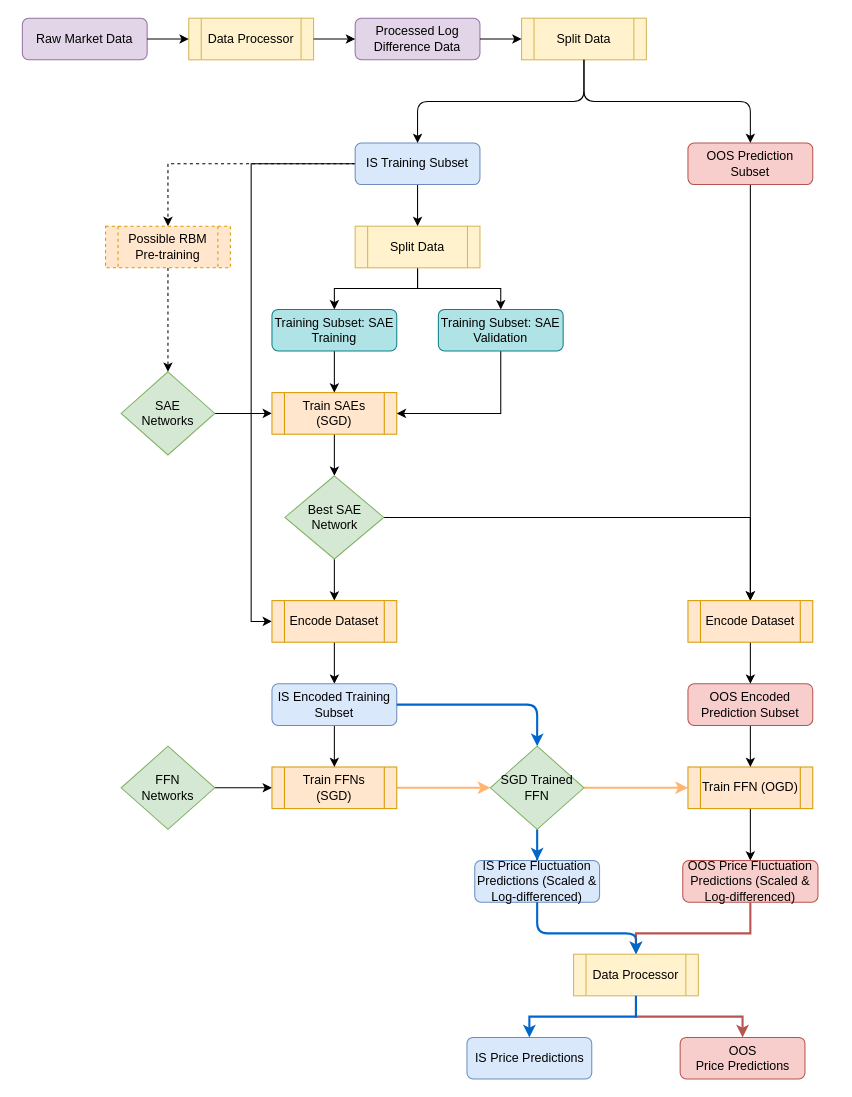
joel11/Masters keeps this draw.io diagram as Thesis/Images/process_implementation/Process Diagram.drawio. Above is the earlier version. Source tidied: cells renumbered, new cells numbered last; positions are measured from the earlier drawing's top-left corner, leaving out a move shared by most shapes. Both pictures are drawn from the tidied source at 104%, with x=0, y=0 at pixel (22, 18).
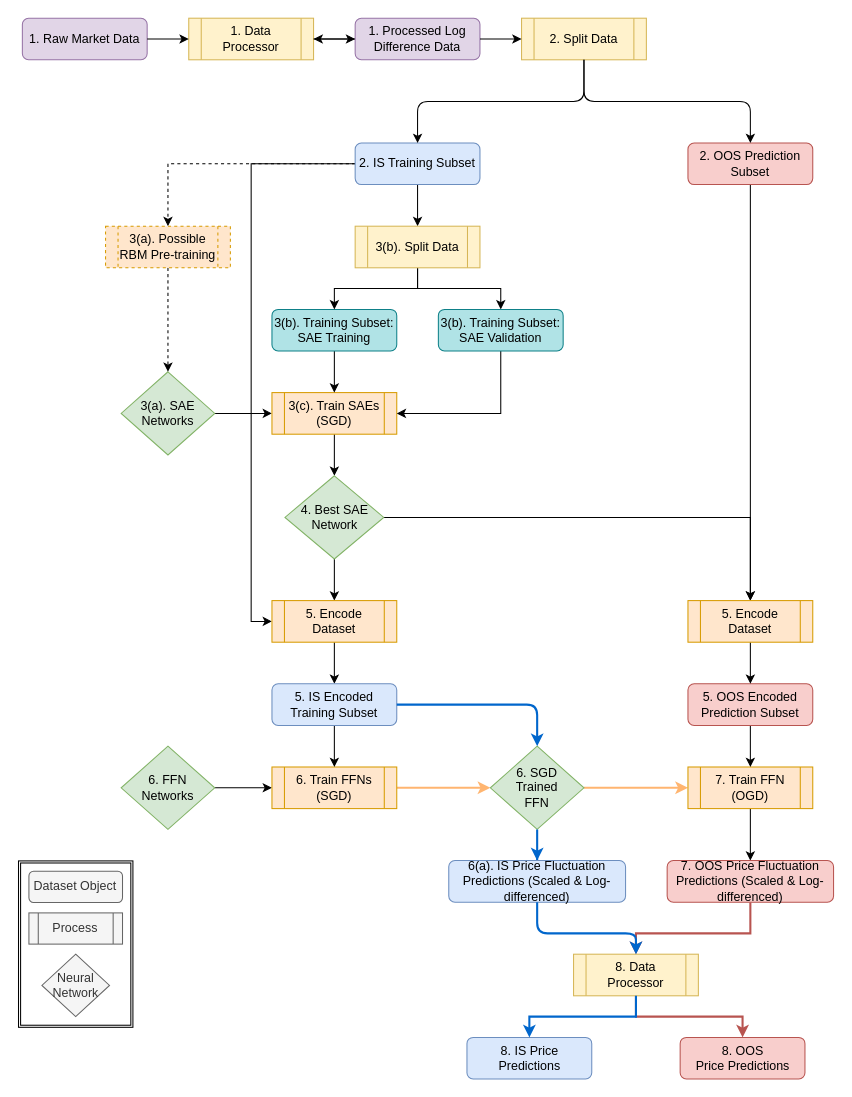
The same diagram, later.

What changed in the source:
```diff
@@
+    <mxCell id="60" style="shape=ext;double=1;rounded=0;whiteSpace=wrap;html=1;" parent="1" vertex="1">
+      <mxGeometry x="-3.7" y="810.3" width="110" height="160" as="geometry" />
+    </mxCell>
-    <mxCell id="2" value="Data Processor" style="shape=process;whiteSpace=wrap;html=1;backgroundOutline=1;fillColor=#fff2cc;strokeColor=#d6b656;" parent="1" vertex="1">
+    <mxCell id="2" value="1. Data Processor" style="shape=process;whiteSpace=wrap;html=1;backgroundOutline=1;fillColor=#fff2cc;strokeColor=#d6b656;" parent="1" vertex="1">
       <mxGeometry x="160" width="120" height="40" as="geometry" />
     </mxCell>
-    <mxCell id="3" value="&lt;span style=&quot;white-space: normal&quot;&gt;Raw Market Data&lt;/span&gt;" style="rounded=1;whiteSpace=wrap;html=1;fillColor=#e1d5e7;strokeColor=#9673a6;" parent="1" vertex="1">
+    <mxCell id="3" value="&lt;span style=&quot;white-space: normal&quot;&gt;1. Raw Market Data&lt;/span&gt;" style="rounded=1;whiteSpace=wrap;html=1;fillColor=#e1d5e7;strokeColor=#9673a6;" parent="1" vertex="1">
       <mxGeometry width="120" height="40" as="geometry" />
     </mxCell>
+    <mxCell id="61" style="edgeStyle=orthogonalEdgeStyle;rounded=0;jettySize=auto;html=1;" parent="1" edge="1" source="4" target="2">
+      <mxGeometry relative="1" as="geometry" />
+    </mxCell>
-    <mxCell id="4" value="Processed Log Difference Data" style="rounded=1;whiteSpace=wrap;html=1;fillColor=#e1d5e7;strokeColor=#9673a6;" parent="1" vertex="1">
+    <mxCell id="4" value="1. Processed Log Difference Data" style="rounded=1;whiteSpace=wrap;html=1;fillColor=#e1d5e7;strokeColor=#9673a6;" parent="1" vertex="1">
       <mxGeometry x="320" width="120" height="40" as="geometry" />
     </mxCell>
-    <mxCell id="5" value="Split Data" style="shape=process;whiteSpace=wrap;html=1;backgroundOutline=1;fillColor=#fff2cc;strokeColor=#d6b656;" parent="1" vertex="1">
+    <mxCell id="5" value="2. Split Data" style="shape=process;whiteSpace=wrap;html=1;backgroundOutline=1;fillColor=#fff2cc;strokeColor=#d6b656;" parent="1" vertex="1">
       <mxGeometry x="480" width="120" height="40" as="geometry" />
     </mxCell>
@@
-    <mxCell id="9" value="IS Training Subset" style="rounded=1;whiteSpace=wrap;html=1;fillColor=#dae8fc;strokeColor=#6c8ebf;" parent="1" vertex="1">
+    <mxCell id="9" value="2. IS Training Subset" style="rounded=1;whiteSpace=wrap;html=1;fillColor=#dae8fc;strokeColor=#6c8ebf;" parent="1" vertex="1">
       <mxGeometry x="320" y="120" width="120" height="40" as="geometry" />
     </mxCell>
@@
-    <mxCell id="11" value="OOS Prediction Subset" style="rounded=1;whiteSpace=wrap;html=1;fillColor=#f8cecc;strokeColor=#b85450;" parent="1" vertex="1">
+    <mxCell id="11" value="2. OOS Prediction Subset" style="rounded=1;whiteSpace=wrap;html=1;fillColor=#f8cecc;strokeColor=#b85450;" parent="1" vertex="1">
       <mxGeometry x="640" y="120" width="120" height="40" as="geometry" />
     </mxCell>
@@
-    <mxCell id="18" value="SAE &lt;br&gt;Networks" style="rhombus;whiteSpace=wrap;html=1;fillColor=#d5e8d4;strokeColor=#82b366;" parent="1" vertex="1">
+    <mxCell id="18" value="3(a). SAE &lt;br&gt;Networks" style="rhombus;whiteSpace=wrap;html=1;fillColor=#d5e8d4;strokeColor=#82b366;" parent="1" vertex="1">
       <mxGeometry x="95" y="340" width="90" height="80" as="geometry" />
     </mxCell>
@@
-    <mxCell id="20" value="Train SAEs (SGD)" style="shape=process;whiteSpace=wrap;html=1;backgroundOutline=1;fillColor=#ffe6cc;strokeColor=#d79b00;" parent="1" vertex="1">
+    <mxCell id="20" value="3(c). Train SAEs (SGD)" style="shape=process;whiteSpace=wrap;html=1;backgroundOutline=1;fillColor=#ffe6cc;strokeColor=#d79b00;" parent="1" vertex="1">
       <mxGeometry x="240" y="360" width="120" height="40" as="geometry" />
     </mxCell>
@@
-    <mxCell id="22" value="Training Subset: SAE Training" style="rounded=1;whiteSpace=wrap;html=1;fillColor=#b0e3e6;strokeColor=#0e8088;" parent="1" vertex="1">
+    <mxCell id="22" value="3(b). Training Subset: SAE Training" style="rounded=1;whiteSpace=wrap;html=1;fillColor=#b0e3e6;strokeColor=#0e8088;" parent="1" vertex="1">
       <mxGeometry x="240" y="280" width="120" height="40" as="geometry" />
     </mxCell>
@@
-    <mxCell id="25" value="Split Data" style="shape=process;whiteSpace=wrap;html=1;backgroundOutline=1;fillColor=#fff2cc;strokeColor=#d6b656;" parent="1" vertex="1">
+    <mxCell id="25" value="3(b). Split Data" style="shape=process;whiteSpace=wrap;html=1;backgroundOutline=1;fillColor=#fff2cc;strokeColor=#d6b656;" parent="1" vertex="1">
       <mxGeometry x="320" y="200" width="120" height="40" as="geometry" />
     </mxCell>
@@
-    <mxCell id="27" value="Training Subset: SAE Validation" style="rounded=1;whiteSpace=wrap;html=1;fillColor=#b0e3e6;strokeColor=#0e8088;" parent="1" vertex="1">
+    <mxCell id="27" value="3(b). Training Subset: SAE Validation" style="rounded=1;whiteSpace=wrap;html=1;fillColor=#b0e3e6;strokeColor=#0e8088;" parent="1" vertex="1">
       <mxGeometry x="400" y="280" width="120" height="40" as="geometry" />
     </mxCell>
@@
-    <mxCell id="30" value="Best SAE Network" style="rhombus;whiteSpace=wrap;html=1;fillColor=#d5e8d4;strokeColor=#82b366;" parent="1" vertex="1">
+    <mxCell id="30" value="4. Best SAE Network" style="rhombus;whiteSpace=wrap;html=1;fillColor=#d5e8d4;strokeColor=#82b366;" parent="1" vertex="1">
       <mxGeometry x="252.5" y="440" width="95" height="80" as="geometry" />
     </mxCell>
@@
-    <mxCell id="32" value="Encode Dataset" style="shape=process;whiteSpace=wrap;html=1;backgroundOutline=1;fillColor=#ffe6cc;strokeColor=#d79b00;" parent="1" vertex="1">
+    <mxCell id="32" value="5. Encode Dataset" style="shape=process;whiteSpace=wrap;html=1;backgroundOutline=1;fillColor=#ffe6cc;strokeColor=#d79b00;" parent="1" vertex="1">
       <mxGeometry x="240" y="560" width="120" height="40" as="geometry" />
     </mxCell>
@@
-    <mxCell id="34" value="FFN&lt;br&gt;Networks" style="rhombus;whiteSpace=wrap;html=1;fillColor=#d5e8d4;strokeColor=#82b366;" parent="1" vertex="1">
+    <mxCell id="34" value="6. FFN&lt;br&gt;Networks" style="rhombus;whiteSpace=wrap;html=1;fillColor=#d5e8d4;strokeColor=#82b366;" parent="1" vertex="1">
       <mxGeometry x="95" y="700" width="90" height="80" as="geometry" />
     </mxCell>
@@
-    <mxCell id="36" value="Train FFNs (SGD)" style="shape=process;whiteSpace=wrap;html=1;backgroundOutline=1;fillColor=#ffe6cc;strokeColor=#d79b00;" parent="1" vertex="1">
+    <mxCell id="36" value="6. Train FFNs (SGD)" style="shape=process;whiteSpace=wrap;html=1;backgroundOutline=1;fillColor=#ffe6cc;strokeColor=#d79b00;" parent="1" vertex="1">
       <mxGeometry x="240" y="720" width="120" height="40" as="geometry" />
     </mxCell>
@@
-    <mxCell id="38" value="SGD Trained &lt;br&gt;FFN" style="rhombus;whiteSpace=wrap;html=1;fillColor=#d5e8d4;strokeColor=#82b366;" parent="1" vertex="1">
+    <mxCell id="38" value="6. SGD &lt;br&gt;Trained &lt;br&gt;FFN" style="rhombus;whiteSpace=wrap;html=1;fillColor=#d5e8d4;strokeColor=#82b366;" parent="1" vertex="1">
       <mxGeometry x="450" y="700" width="90" height="80" as="geometry" />
     </mxCell>
@@
-    <mxCell id="40" value="Train FFN (OGD)" style="shape=process;whiteSpace=wrap;html=1;backgroundOutline=1;fillColor=#ffe6cc;strokeColor=#d79b00;" parent="1" vertex="1">
+    <mxCell id="40" value="7. Train FFN (OGD)" style="shape=process;whiteSpace=wrap;html=1;backgroundOutline=1;fillColor=#ffe6cc;strokeColor=#d79b00;" parent="1" vertex="1">
       <mxGeometry x="640" y="720" width="120" height="40" as="geometry" />
     </mxCell>
@@
-    <mxCell id="42" value="OOS Price Fluctuation Predictions (Scaled &amp;amp; Log-differenced)" style="rounded=1;whiteSpace=wrap;html=1;fillColor=#f8cecc;strokeColor=#b85450;" parent="1" vertex="1">
-      <mxGeometry x="635" y="810" width="130" height="40" as="geometry" />
+    <mxCell id="42" value="7. OOS Price Fluctuation Predictions (Scaled &amp;amp; Log-differenced)" style="rounded=1;whiteSpace=wrap;html=1;fillColor=#f8cecc;strokeColor=#b85450;" parent="1" vertex="1">
+      <mxGeometry x="620" y="810" width="160" height="40" as="geometry" />
     </mxCell>
@@
-    <mxCell id="44" value="Data Processor" style="shape=process;whiteSpace=wrap;html=1;backgroundOutline=1;fillColor=#fff2cc;strokeColor=#d6b656;" parent="1" vertex="1">
+    <mxCell id="44" value="8. Data Processor" style="shape=process;whiteSpace=wrap;html=1;backgroundOutline=1;fillColor=#fff2cc;strokeColor=#d6b656;" parent="1" vertex="1">
       <mxGeometry x="530" y="900" width="120" height="40" as="geometry" />
     </mxCell>
-    <mxCell id="45" value="OOS &lt;br&gt;Price Predictions" style="rounded=1;whiteSpace=wrap;html=1;fillColor=#f8cecc;strokeColor=#b85450;" parent="1" vertex="1">
+    <mxCell id="45" value="8. OOS &lt;br&gt;Price Predictions" style="rounded=1;whiteSpace=wrap;html=1;fillColor=#f8cecc;strokeColor=#b85450;" parent="1" vertex="1">
       <mxGeometry x="632.5" y="980" width="120" height="40" as="geometry" />
     </mxCell>
@@
-    <mxCell id="47" value="Possible RBM Pre-training" style="shape=process;whiteSpace=wrap;html=1;backgroundOutline=1;fillColor=#ffe6cc;strokeColor=#d79b00;dashed=1;" parent="1" vertex="1">
+    <mxCell id="47" value="3(a). Possible RBM Pre-training" style="shape=process;whiteSpace=wrap;html=1;backgroundOutline=1;fillColor=#ffe6cc;strokeColor=#d79b00;dashed=1;" parent="1" vertex="1">
       <mxGeometry x="80" y="200" width="120" height="40" as="geometry" />
     </mxCell>
@@
-    <mxCell id="49" value="IS Encoded Training Subset" style="rounded=1;whiteSpace=wrap;html=1;fillColor=#dae8fc;strokeColor=#6c8ebf;" parent="1" vertex="1">
+    <mxCell id="49" value="5. IS Encoded Training Subset" style="rounded=1;whiteSpace=wrap;html=1;fillColor=#dae8fc;strokeColor=#6c8ebf;" parent="1" vertex="1">
       <mxGeometry x="240" y="640" width="120" height="40" as="geometry" />
     </mxCell>
@@
-    <mxCell id="51" value="OOS Encoded Prediction Subset" style="rounded=1;whiteSpace=wrap;html=1;fillColor=#f8cecc;strokeColor=#b85450;" parent="1" vertex="1">
+    <mxCell id="51" value="5. OOS Encoded Prediction Subset" style="rounded=1;whiteSpace=wrap;html=1;fillColor=#f8cecc;strokeColor=#b85450;" parent="1" vertex="1">
       <mxGeometry x="640" y="640" width="120" height="40" as="geometry" />
     </mxCell>
@@
-    <mxCell id="53" value="Encode Dataset" style="shape=process;whiteSpace=wrap;html=1;backgroundOutline=1;fillColor=#ffe6cc;strokeColor=#d79b00;" parent="1" vertex="1">
+    <mxCell id="53" value="5. Encode Dataset" style="shape=process;whiteSpace=wrap;html=1;backgroundOutline=1;fillColor=#ffe6cc;strokeColor=#d79b00;" parent="1" vertex="1">
       <mxGeometry x="640" y="560" width="120" height="40" as="geometry" />
     </mxCell>
@@
-    <mxCell id="56" value="IS Price Fluctuation Predictions (Scaled &amp;amp; Log-differenced)" style="rounded=1;whiteSpace=wrap;html=1;fillColor=#dae8fc;strokeColor=#6c8ebf;" parent="1" vertex="1">
-      <mxGeometry x="435" y="810" width="120" height="40" as="geometry" />
+    <mxCell id="56" value="6(a). IS Price Fluctuation Predictions (Scaled &amp;amp; Log-differenced)" style="rounded=1;whiteSpace=wrap;html=1;fillColor=#dae8fc;strokeColor=#6c8ebf;" parent="1" vertex="1">
+      <mxGeometry x="410" y="810" width="170" height="40" as="geometry" />
     </mxCell>
-    <mxCell id="57" value="IS Price Predictions" style="rounded=1;whiteSpace=wrap;html=1;fillColor=#dae8fc;strokeColor=#6c8ebf;" parent="1" vertex="1">
+    <mxCell id="57" value="8. IS Price Predictions" style="rounded=1;whiteSpace=wrap;html=1;fillColor=#dae8fc;strokeColor=#6c8ebf;" parent="1" vertex="1">
       <mxGeometry x="427.5" y="980" width="120" height="40" as="geometry" />
     </mxCell>
@@
+    <mxCell id="62" value="&lt;span style=&quot;white-space: normal&quot;&gt;Dataset Object&lt;/span&gt;" style="rounded=1;whiteSpace=wrap;html=1;fillColor=#f5f5f5;strokeColor=#666666;fontColor=#333333;" parent="1" vertex="1">
+      <mxGeometry x="6.3" y="820.3" width="90" height="30" as="geometry" />
+    </mxCell>
+    <mxCell id="63" value="Process" style="shape=process;whiteSpace=wrap;html=1;backgroundOutline=1;fillColor=#f5f5f5;strokeColor=#666666;fontColor=#333333;" parent="1" vertex="1">
+      <mxGeometry x="6.3" y="860.3" width="90" height="30" as="geometry" />
+    </mxCell>
+    <mxCell id="64" value="Neural Network" style="rhombus;whiteSpace=wrap;html=1;fillColor=#f5f5f5;strokeColor=#666666;fontColor=#333333;" parent="1" vertex="1">
+      <mxGeometry x="18.8" y="900" width="65" height="60" as="geometry" />
+    </mxCell>
```
